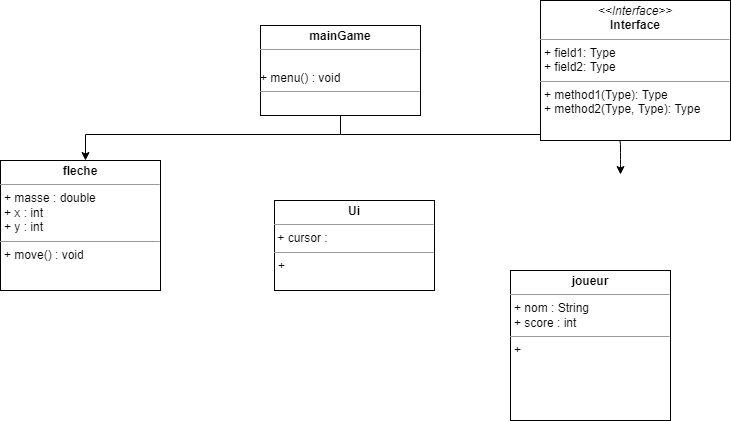
The draw.io diagram UMLDiagram.png in vbard1/mini-projet-2, before a commit. Source tidied: cells renumbered, new cells last; positions are measured from the earlier drawing's top-left corner, leaving out a move shared by most shapes.
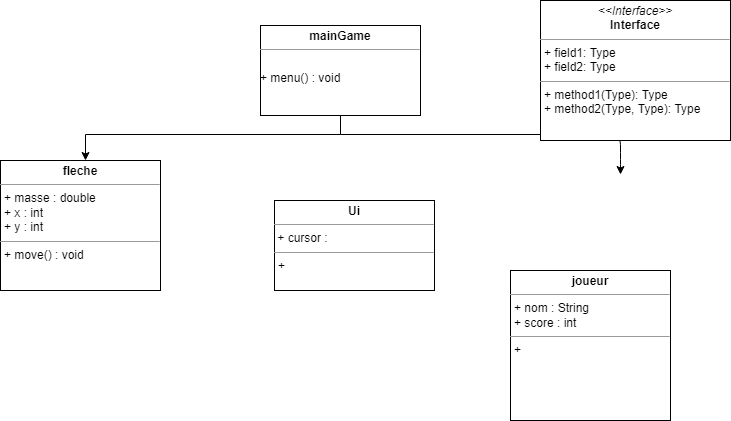
After the change.

What changed in the source:
```diff
@@ -30,7 +30,7 @@
     <mxCell id="5" value="&lt;p style=&quot;margin:0px;margin-top:4px;text-align:center;&quot;&gt;&lt;i&gt;&amp;lt;&amp;lt;Interface&amp;gt;&amp;gt;&lt;/i&gt;&lt;br/&gt;&lt;b&gt;Interface&lt;/b&gt;&lt;/p&gt;&lt;hr size=&quot;1&quot;/&gt;&lt;p style=&quot;margin:0px;margin-left:4px;&quot;&gt;+ field1: Type&lt;br/&gt;+ field2: Type&lt;/p&gt;&lt;hr size=&quot;1&quot;/&gt;&lt;p style=&quot;margin:0px;margin-left:4px;&quot;&gt;+ method1(Type): Type&lt;br/&gt;+ method2(Type, Type): Type&lt;/p&gt;" style="verticalAlign=top;align=left;overflow=fill;fontSize=12;fontFamily=Helvetica;html=1;" parent="1" vertex="1">
       <mxGeometry x="540" width="190" height="140" as="geometry" />
     </mxCell>
-    <mxCell id="6" value="&lt;p style=&quot;margin: 0px ; margin-top: 4px ; text-align: center&quot;&gt;&lt;b&gt;mainGame&lt;/b&gt;&lt;/p&gt;&lt;hr size=&quot;1&quot;&gt;&lt;p style=&quot;margin: 0px ; margin-left: 4px&quot;&gt;&lt;br&gt;&lt;/p&gt;+ menu() : void&lt;hr size=&quot;1&quot;&gt;" style="verticalAlign=top;align=left;overflow=fill;fontSize=12;fontFamily=Helvetica;html=1;" parent="1" vertex="1">
+    <mxCell id="6" value="&lt;p style=&quot;margin: 0px ; margin-top: 4px ; text-align: center&quot;&gt;&lt;b&gt;mainGame&lt;/b&gt;&lt;/p&gt;&lt;hr size=&quot;1&quot;&gt;&lt;p style=&quot;margin: 0px ; margin-left: 4px&quot;&gt;&lt;br&gt;&lt;/p&gt;+ menu() : void" style="verticalAlign=top;align=left;overflow=fill;fontSize=12;fontFamily=Helvetica;html=1;" parent="1" vertex="1">
       <mxGeometry x="260" y="25" width="160" height="90" as="geometry" />
     </mxCell>
     <mxCell id="7" value="&lt;p style=&quot;margin: 0px ; margin-top: 4px ; text-align: center&quot;&gt;&lt;b&gt;fleche&lt;/b&gt;&lt;br&gt;&lt;/p&gt;&lt;hr size=&quot;1&quot;&gt;&lt;p style=&quot;margin: 0px ; margin-left: 4px&quot;&gt;+ masse : double&lt;/p&gt;&lt;p style=&quot;margin: 0px ; margin-left: 4px&quot;&gt;+ x : int&lt;/p&gt;&lt;p style=&quot;margin: 0px ; margin-left: 4px&quot;&gt;+ y : int&lt;br&gt;&lt;/p&gt;&lt;hr size=&quot;1&quot;&gt;&lt;p style=&quot;margin: 0px ; margin-left: 4px&quot;&gt;+ move() : void&lt;br&gt;&lt;/p&gt;" style="verticalAlign=top;align=left;overflow=fill;fontSize=12;fontFamily=Helvetica;html=1;" parent="1" vertex="1">
```
